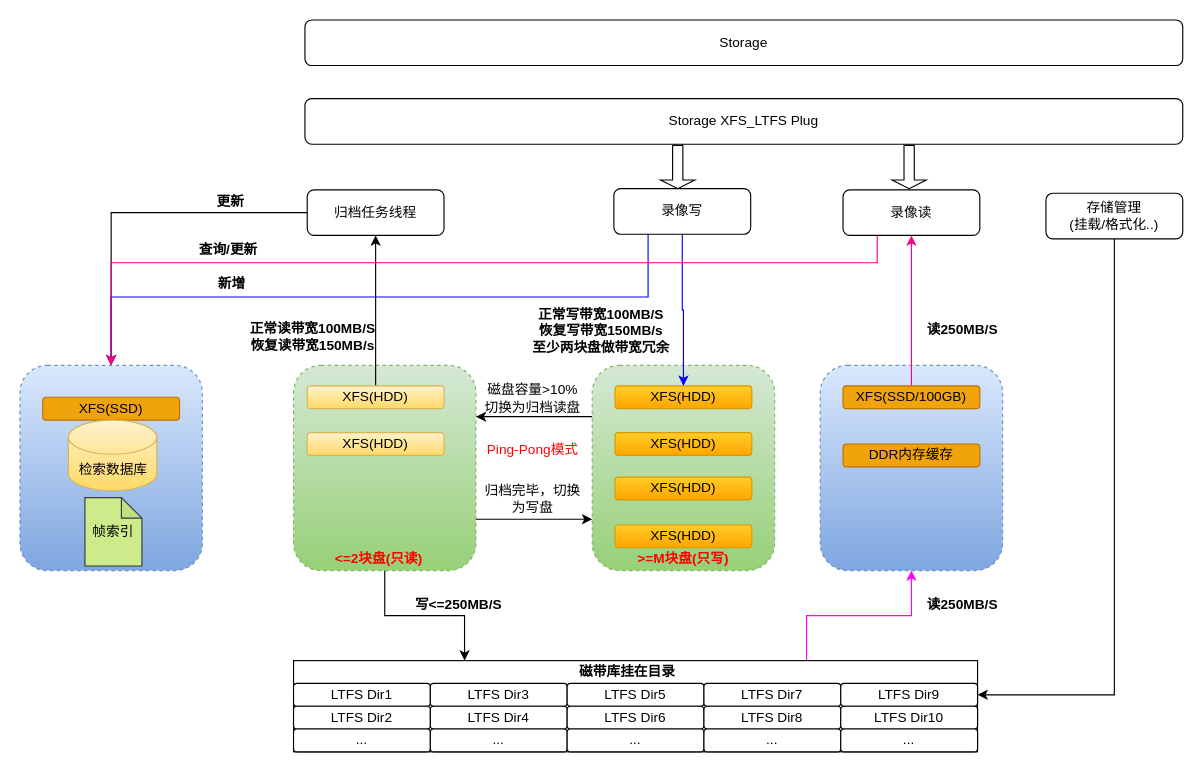
Earlier version of the draw.io diagram Cidai.drawio (snowolfhawk/ceph-scripts). Source tidied: cells renumbered, new cells numbered last; positions are measured from the earlier drawing's top-left corner, leaving out a move shared by most shapes. Both pictures are drawn from the tidied source at 114%, with x=0, y=0 at pixel (19, 19).
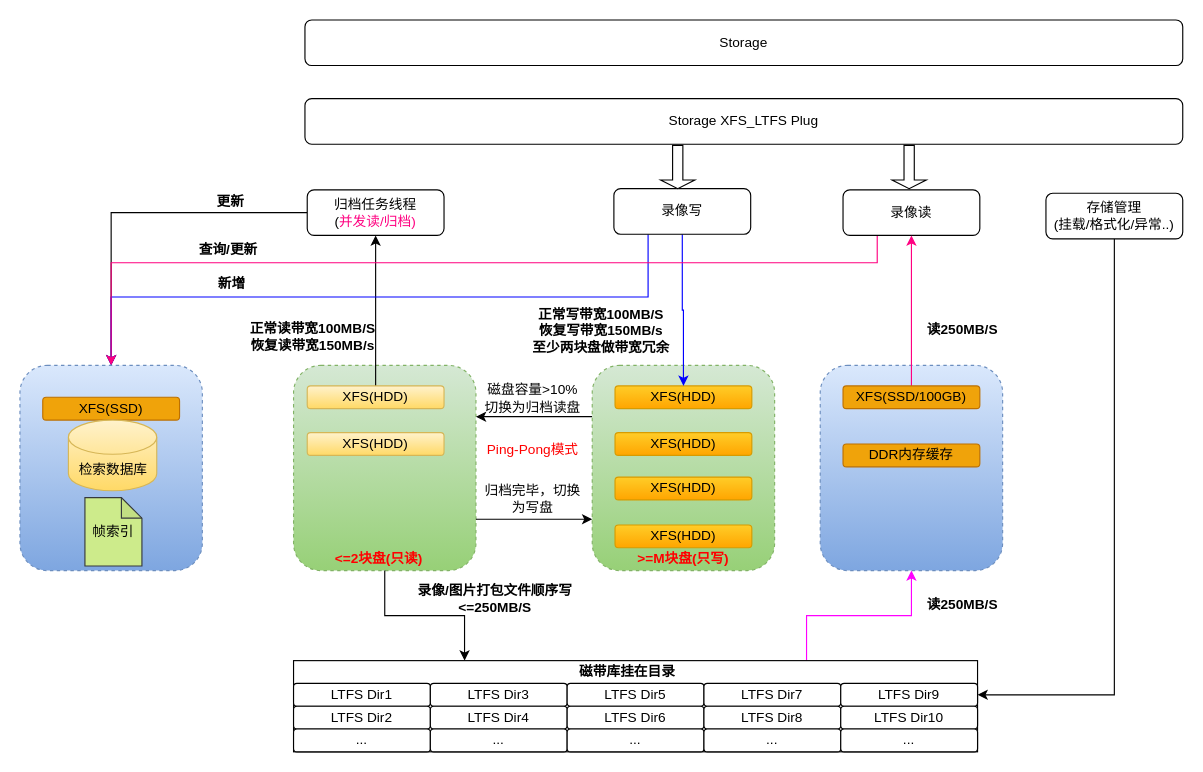
The same diagram, later.

What changed in the source:
```diff
@@
-    <mxCell id="11" value="归档任务线程" style="rounded=1;whiteSpace=wrap;html=1;" parent="1" vertex="1">
+    <mxCell id="11" value="归档任务线程&lt;br&gt;(&lt;font color=&quot;#ff0080&quot;&gt;并发读/归档)&lt;/font&gt;" style="rounded=1;whiteSpace=wrap;html=1;" parent="1" vertex="1">
       <mxGeometry x="252" y="149" width="120" height="40" as="geometry" />
     </mxCell>
@@
-    <mxCell id="52" value="&lt;b&gt;写&amp;lt;=250MB/S&lt;/b&gt;" style="text;html=1;strokeColor=none;fillColor=none;align=center;verticalAlign=middle;whiteSpace=wrap;rounded=0;" parent="1" vertex="1">
-      <mxGeometry x="340" y="503" width="90" height="20" as="geometry" />
+    <mxCell id="52" value="&lt;b&gt;录像/图片打包文件顺序写&amp;lt;=250MB/S&lt;/b&gt;" style="text;html=1;strokeColor=none;fillColor=none;align=center;verticalAlign=middle;whiteSpace=wrap;rounded=0;" parent="1" vertex="1">
+      <mxGeometry x="327" y="493" width="180" height="29" as="geometry" />
     </mxCell>
@@
-    <mxCell id="65" value="存储管理&lt;br&gt;(挂载/格式化..)" style="rounded=1;whiteSpace=wrap;html=1;" parent="1" vertex="1">
+    <mxCell id="65" value="存储管理&lt;br&gt;(挂载/格式化/异常..)" style="rounded=1;whiteSpace=wrap;html=1;" parent="1" vertex="1">
       <mxGeometry x="900" y="152" width="120" height="40" as="geometry" />
     </mxCell>
```
